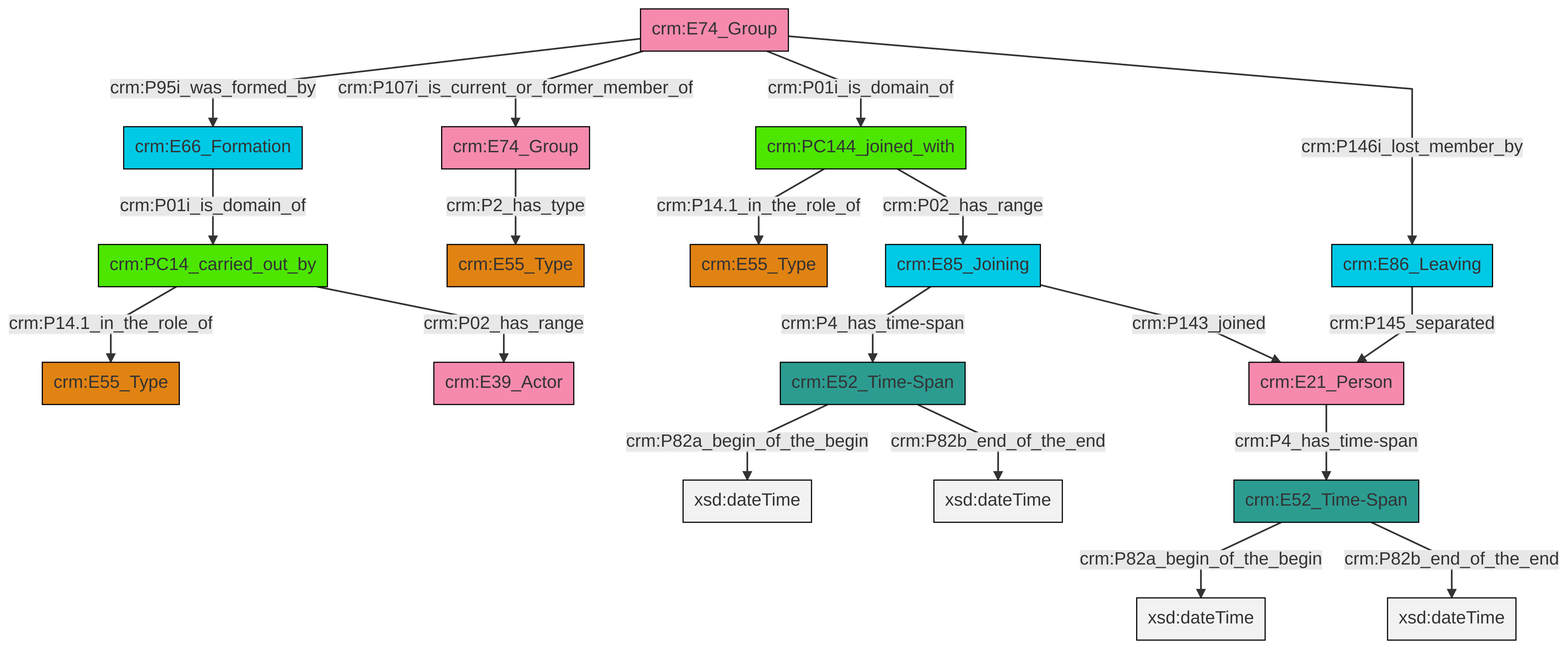
Before: et/groupCSV/ttl/mmd/png/group_actor_relations.png, a diagram exported from Mermaid (swiss-art-research-net/docs.swissartresearch). Its source is kept beside it as et/groupCSV/ttl/mmd/group_actor_relations.ttl.mmd.
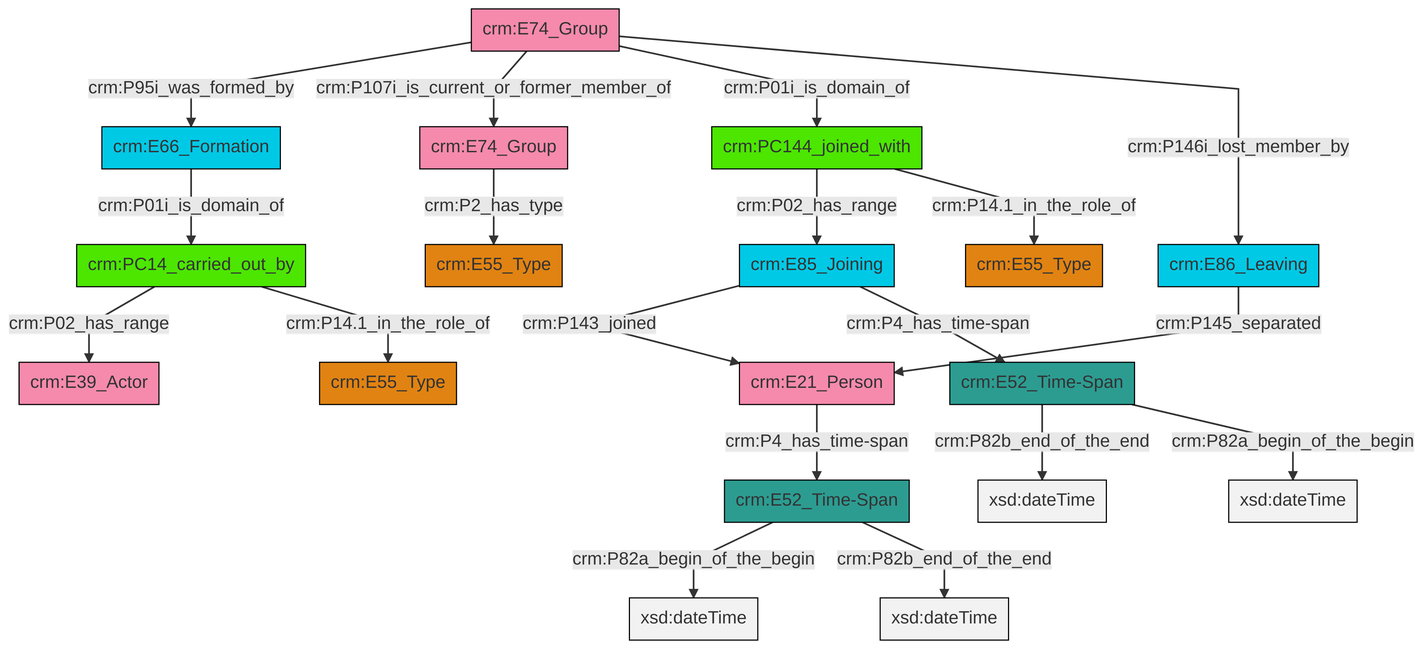
Later version of the same file.

Change to the diagram source:
```diff
@@ -13,21 +13,21 @@
 classDef PC_Classes fill:#4ce600, stroke:#000000;
 classDef Multi fill:#cccccc,stroke:#000000;
 
-4["crm:E52_Time-Span"]:::Time-Span -->|crm:P82a_begin_of_the_begin| 5[xsd:dateTime]:::Literal
-6["crm:PC14_carried_out_by"]:::PC_Classes -->|crm:P14.1_in_the_role_of| 7["crm:E55_Type"]:::Type
-8["crm:E21_Person"]:::Actor -->|crm:P4_has_time-span| 2["crm:E52_Time-Span"]:::Time-Span
-11["crm:PC144_joined_with"]:::PC_Classes -->|crm:P14.1_in_the_role_of| 9["crm:E55_Type"]:::Type
-2["crm:E52_Time-Span"]:::Time-Span -->|crm:P82a_begin_of_the_begin| 13[xsd:dateTime]:::Literal
-15["crm:E74_Group"]:::Actor -->|crm:P2_has_type| 0["crm:E55_Type"]:::Type
-16["crm:E86_Leaving"]:::Temporal_Entity -->|crm:P145_separated| 8["crm:E21_Person"]:::Actor
-19["crm:E74_Group"]:::Actor -->|crm:P95i_was_formed_by| 20["crm:E66_Formation"]:::Temporal_Entity
-19["crm:E74_Group"]:::Actor -->|crm:P107i_is_current_or_former_member_of| 15["crm:E74_Group"]:::Actor
-17["crm:E85_Joining"]:::Temporal_Entity -->|crm:P4_has_time-span| 4["crm:E52_Time-Span"]:::Time-Span
-19["crm:E74_Group"]:::Actor -->|crm:P01i_is_domain_of| 11["crm:PC144_joined_with"]:::PC_Classes
-20["crm:E66_Formation"]:::Temporal_Entity -->|crm:P01i_is_domain_of| 6["crm:PC14_carried_out_by"]:::PC_Classes
-6["crm:PC14_carried_out_by"]:::PC_Classes -->|crm:P02_has_range| 21["crm:E39_Actor"]:::Actor
-2["crm:E52_Time-Span"]:::Time-Span -->|crm:P82b_end_of_the_end| 31[xsd:dateTime]:::Literal
-19["crm:E74_Group"]:::Actor -->|crm:P146i_lost_member_by| 16["crm:E86_Leaving"]:::Temporal_Entity
-11["crm:PC144_joined_with"]:::PC_Classes -->|crm:P02_has_range| 17["crm:E85_Joining"]:::Temporal_Entity
-4["crm:E52_Time-Span"]:::Time-Span -->|crm:P82b_end_of_the_end| 33[xsd:dateTime]:::Literal
-17["crm:E85_Joining"]:::Temporal_Entity -->|crm:P143_joined| 8["crm:E21_Person"]:::Actor
+4["crm:E21_Person"]:::Actor -->|crm:P4_has_time-span| 5["crm:E52_Time-Span"]:::Time-Span
+8["crm:E66_Formation"]:::Temporal_Entity -->|crm:P01i_is_domain_of| 9["crm:PC14_carried_out_by"]:::PC_Classes
+10["crm:E85_Joining"]:::Temporal_Entity -->|crm:P143_joined| 4["crm:E21_Person"]:::Actor
+15["crm:E86_Leaving"]:::Temporal_Entity -->|crm:P145_separated| 4["crm:E21_Person"]:::Actor
+16["crm:E74_Group"]:::Actor -->|crm:P95i_was_formed_by| 8["crm:E66_Formation"]:::Temporal_Entity
+17["crm:PC144_joined_with"]:::PC_Classes -->|crm:P02_has_range| 10["crm:E85_Joining"]:::Temporal_Entity
+16["crm:E74_Group"]:::Actor -->|crm:P107i_is_current_or_former_member_of| 2["crm:E74_Group"]:::Actor
+18["crm:E52_Time-Span"]:::Time-Span -->|crm:P82b_end_of_the_end| 19[xsd:dateTime]:::Literal
+9["crm:PC14_carried_out_by"]:::PC_Classes -->|crm:P02_has_range| 6["crm:E39_Actor"]:::Actor
+16["crm:E74_Group"]:::Actor -->|crm:P01i_is_domain_of| 17["crm:PC144_joined_with"]:::PC_Classes
+10["crm:E85_Joining"]:::Temporal_Entity -->|crm:P4_has_time-span| 18["crm:E52_Time-Span"]:::Time-Span
+2["crm:E74_Group"]:::Actor -->|crm:P2_has_type| 20["crm:E55_Type"]:::Type
+16["crm:E74_Group"]:::Actor -->|crm:P146i_lost_member_by| 15["crm:E86_Leaving"]:::Temporal_Entity
+18["crm:E52_Time-Span"]:::Time-Span -->|crm:P82a_begin_of_the_begin| 22[xsd:dateTime]:::Literal
+5["crm:E52_Time-Span"]:::Time-Span -->|crm:P82a_begin_of_the_begin| 23[xsd:dateTime]:::Literal
+5["crm:E52_Time-Span"]:::Time-Span -->|crm:P82b_end_of_the_end| 26[xsd:dateTime]:::Literal
+9["crm:PC14_carried_out_by"]:::PC_Classes -->|crm:P14.1_in_the_role_of| 0["crm:E55_Type"]:::Type
+17["crm:PC144_joined_with"]:::PC_Classes -->|crm:P14.1_in_the_role_of| 24["crm:E55_Type"]:::Type
```
